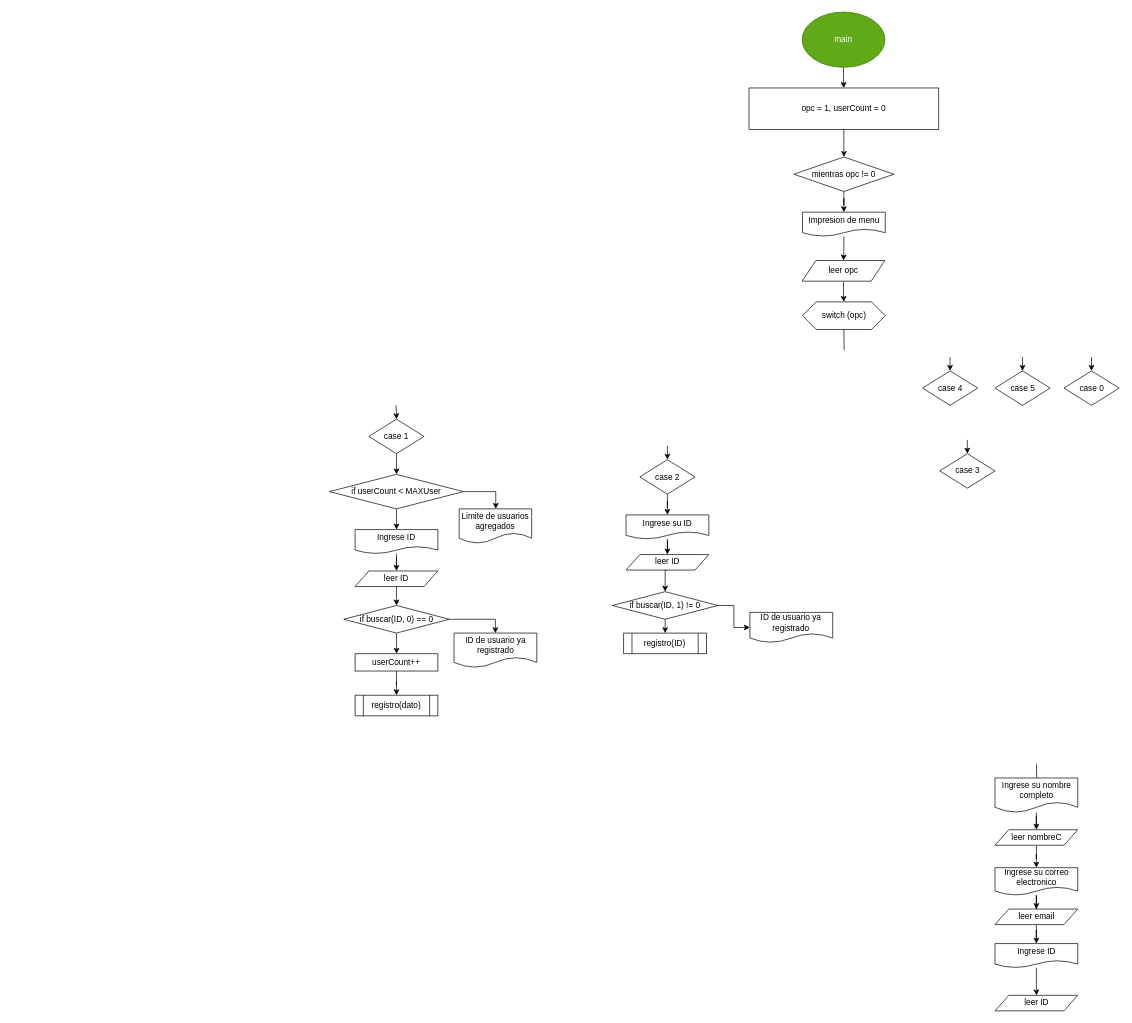
The draw.io diagram prograEstructurada/agendaElectronica/agendaElecronica.drawio in MrChilaquiles/Exercises, before the edit. Source tidied: cells renumbered, new cells numbered last; positions are measured from the earlier drawing's top-left corner, leaving out a move shared by most shapes. Both pictures are drawn from the tidied source at 69%, with x=0, y=0 at pixel (329, 12).
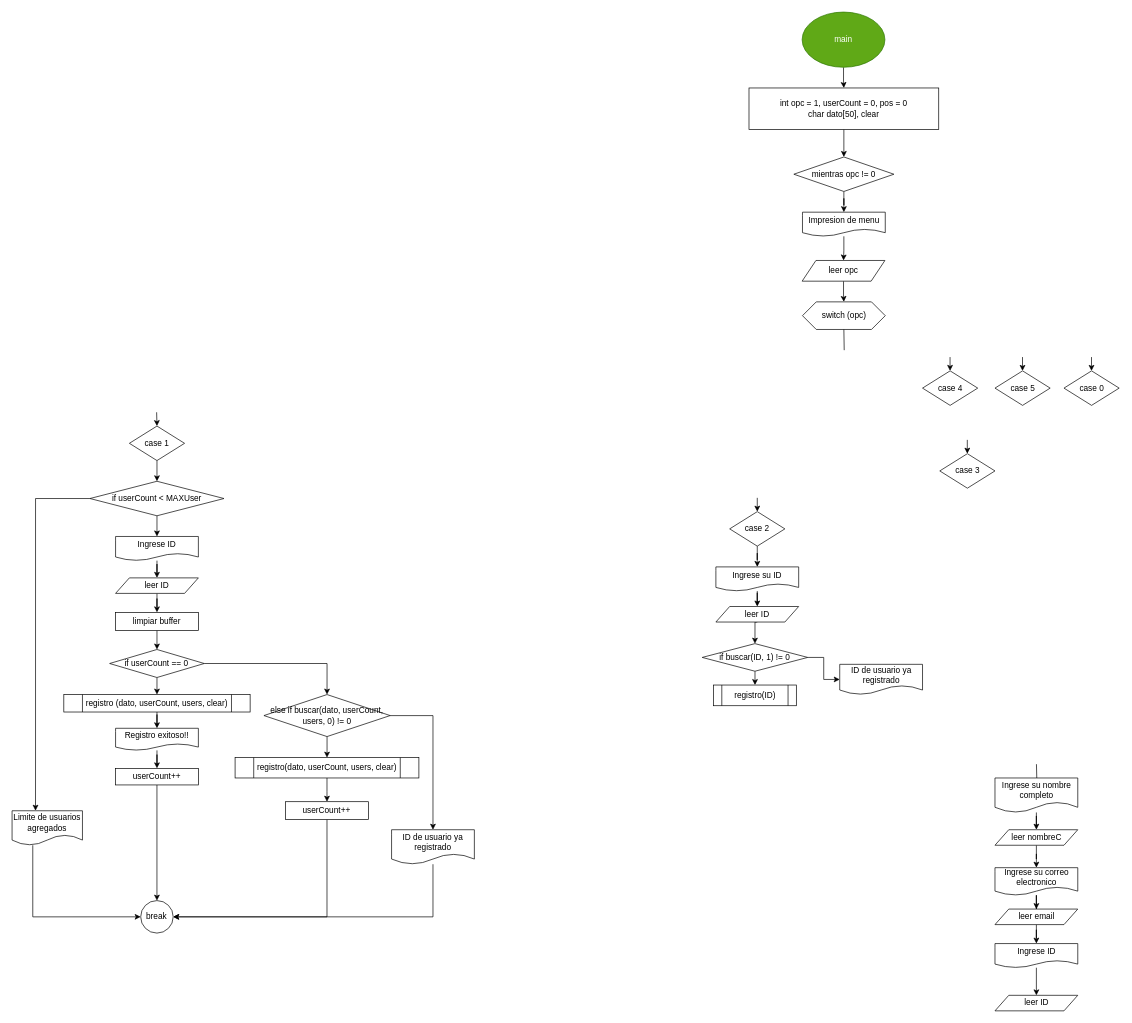
The same page after the edit.

Change to the diagram source:
```diff
@@
-    <mxCell id="5" value="opc = 1, userCount = 0" style="whiteSpace=wrap;html=1;" parent="1" vertex="1">
+    <mxCell id="5" value="int opc = 1, userCount = 0, pos = 0&lt;br&gt;char dato[50], clear" style="whiteSpace=wrap;html=1;" parent="1" vertex="1">
       <mxGeometry x="608" y="110" width="275" height="60" as="geometry" />
     </mxCell>
@@
     <mxCell id="15" value="case 2" style="rhombus;whiteSpace=wrap;html=1;" parent="1" vertex="1">
-      <mxGeometry x="449.8" y="648.7" width="80" height="50" as="geometry" />
+      <mxGeometry x="580" y="724" width="80" height="50" as="geometry" />
     </mxCell>
     <mxCell id="16" style="edgeStyle=orthogonalEdgeStyle;rounded=0;jettySize=auto;html=1;" parent="1" edge="1" source="17">
       <mxGeometry relative="1" as="geometry">
-        <mxPoint x="97.1" y="670" as="targetPoint" />
+        <mxPoint x="-250" y="680" as="targetPoint" />
       </mxGeometry>
     </mxCell>
     <mxCell id="17" value="case 1" style="rhombus;whiteSpace=wrap;html=1;" parent="1" vertex="1">
-      <mxGeometry x="57.1" y="590" width="80" height="50" as="geometry" />
+      <mxGeometry x="-290" y="600" width="80" height="50" as="geometry" />
     </mxCell>
@@
     <mxCell id="21" style="endArrow=classic;html=1;rounded=0;entryX=0.5;entryY=0;entryDx=0;entryDy=0;" parent="1" edge="1" target="17">
       <mxGeometry relative="1" as="geometry">
-        <mxPoint x="96.6" y="570" as="sourcePoint" />
+        <mxPoint x="-250.5" y="580" as="sourcePoint" />
       </mxGeometry>
     </mxCell>
     <mxCell id="22" style="endArrow=classic;html=1;rounded=0;entryX=0.5;entryY=0;entryDx=0;entryDy=0;" parent="1" edge="1" target="15">
       <mxGeometry relative="1" as="geometry">
-        <mxPoint x="489.8" y="628.7" as="sourcePoint" />
+        <mxPoint x="620" y="704" as="sourcePoint" />
       </mxGeometry>
     </mxCell>
@@
-    <mxCell id="28" style="edgeStyle=orthogonalEdgeStyle;rounded=0;jettySize=auto;html=1;" parent="1" edge="1" source="30" target="31">
-      <mxGeometry relative="1" as="geometry">
-        <Array as="points">
-          <mxPoint x="241" y="695" />
-        </Array>
-      </mxGeometry>
-    </mxCell>
@@
     <mxCell id="30" value="if userCount &amp;lt; MAXUser" style="rhombus;whiteSpace=wrap;html=1;" parent="1" vertex="1">
-      <mxGeometry y="670" width="194.2" height="50" as="geometry" />
+      <mxGeometry x="-347.1" y="680" width="194.2" height="50" as="geometry" />
     </mxCell>
+    <mxCell id="64" style="edgeStyle=orthogonalEdgeStyle;rounded=0;jettySize=auto;html=1;entryX=0;entryY=0.5;entryDx=0;entryDy=0;" parent="1" edge="1" source="31" target="68">
+      <mxGeometry relative="1" as="geometry">
+        <Array as="points">
+          <mxPoint x="-430" y="1311" />
+        </Array>
+      </mxGeometry>
+    </mxCell>
     <mxCell id="31" value="Limite de usuarios agregados" style="shape=document;whiteSpace=wrap;html=1;boundedLbl=1;" parent="1" vertex="1">
-      <mxGeometry x="188" y="720" width="105" height="50" as="geometry" />
+      <mxGeometry x="-460" y="1157.5" width="102" height="50" as="geometry" />
     </mxCell>
@@
     <mxCell id="33" value="Ingrese ID" style="shape=document;whiteSpace=wrap;html=1;boundedLbl=1;" parent="1" vertex="1">
-      <mxGeometry x="37.1" y="750" width="120" height="35" as="geometry" />
+      <mxGeometry x="-310" y="760" width="120" height="35" as="geometry" />
     </mxCell>
-    <mxCell id="34" style="edgeStyle=orthogonalEdgeStyle;rounded=0;jettySize=auto;html=1;" parent="1" edge="1" source="35" target="39">
-      <mxGeometry relative="1" as="geometry" />
-    </mxCell>
+    <mxCell id="65" style="edgeStyle=orthogonalEdgeStyle;rounded=0;jettySize=auto;html=1;" parent="1" edge="1" source="35" target="70">
+      <mxGeometry relative="1" as="geometry" />
+    </mxCell>
     <mxCell id="35" value="leer ID" style="shape=parallelogram;perimeter=parallelogramPerimeter;whiteSpace=wrap;html=1;fixedSize=1;" parent="1" vertex="1">
-      <mxGeometry x="37.1" y="810" width="120" height="22.5" as="geometry" />
+      <mxGeometry x="-310" y="820" width="120" height="22.5" as="geometry" />
     </mxCell>
@@
-    <mxCell id="38" style="edgeStyle=orthogonalEdgeStyle;rounded=0;jettySize=auto;html=1;entryX=0.5;entryY=0;entryDx=0;entryDy=0;" parent="1" edge="1" source="39" target="63">
-      <mxGeometry relative="1" as="geometry" />
-    </mxCell>
+    <mxCell id="66" style="edgeStyle=orthogonalEdgeStyle;rounded=0;jettySize=auto;html=1;" parent="1" edge="1" source="39" target="81">
+      <mxGeometry relative="1" as="geometry" />
+    </mxCell>
-    <mxCell id="39" value="if buscar(ID, 0) == 0" style="rhombus;whiteSpace=wrap;html=1;" parent="1" vertex="1">
-      <mxGeometry x="20.7" y="860" width="152.9" height="40" as="geometry" />
+    <mxCell id="39" value="else if buscar(dato, userCount, users, 0) != 0" style="rhombus;whiteSpace=wrap;html=1;" parent="1" vertex="1">
+      <mxGeometry x="-95" y="989.1" width="182.9" height="60.9" as="geometry" />
     </mxCell>
@@
-    <mxCell id="51" value="registro(dato)" style="shape=process;whiteSpace=wrap;html=1;backgroundOutline=1;" parent="1" vertex="1">
-      <mxGeometry x="37.1" y="990" width="120" height="30" as="geometry" />
-    </mxCell>
+    <mxCell id="67" style="edgeStyle=orthogonalEdgeStyle;rounded=0;jettySize=auto;html=1;entryX=1;entryY=0.5;entryDx=0;entryDy=0;" parent="1" edge="1" source="52" target="68">
+      <mxGeometry relative="1" as="geometry">
+        <Array as="points">
+          <mxPoint x="150" y="1311" />
+        </Array>
+      </mxGeometry>
+    </mxCell>
     <mxCell id="52" value="ID de usuario ya registrado" style="shape=document;whiteSpace=wrap;html=1;boundedLbl=1;" parent="1" vertex="1">
-      <mxGeometry x="180.5" y="900" width="120" height="50" as="geometry" />
+      <mxGeometry x="90" y="1185" width="120" height="50" as="geometry" />
     </mxCell>
@@
     <mxCell id="54" value="Ingrese su ID" style="shape=document;whiteSpace=wrap;html=1;boundedLbl=1;" parent="1" vertex="1">
-      <mxGeometry x="429.8" y="728.7" width="120" height="35" as="geometry" />
+      <mxGeometry x="560" y="804.1" width="120" height="35" as="geometry" />
     </mxCell>
@@
     <mxCell id="56" value="leer ID" style="shape=parallelogram;perimeter=parallelogramPerimeter;whiteSpace=wrap;html=1;fixedSize=1;" parent="1" vertex="1">
-      <mxGeometry x="429.8" y="786.2" width="120" height="22.5" as="geometry" />
+      <mxGeometry x="560" y="861.5" width="120" height="22.5" as="geometry" />
     </mxCell>
@@
     <mxCell id="59" value="if buscar(ID, 1) != 0" style="rhombus;whiteSpace=wrap;html=1;" parent="1" vertex="1">
-      <mxGeometry x="410" y="840" width="152.9" height="40" as="geometry" />
+      <mxGeometry x="540.2" y="915.3" width="152.9" height="40" as="geometry" />
     </mxCell>
     <mxCell id="60" value="registro(ID)" style="shape=process;whiteSpace=wrap;html=1;backgroundOutline=1;" parent="1" vertex="1">
-      <mxGeometry x="426.4" y="900" width="120" height="30" as="geometry" />
+      <mxGeometry x="556.6" y="975.3" width="120" height="30" as="geometry" />
     </mxCell>
     <mxCell id="61" value="ID de usuario ya registrado" style="shape=document;whiteSpace=wrap;html=1;boundedLbl=1;" parent="1" vertex="1">
-      <mxGeometry x="609.3" y="870" width="120" height="43.8" as="geometry" />
+      <mxGeometry x="739.5" y="945.3" width="120" height="43.8" as="geometry" />
     </mxCell>
-    <mxCell id="62" style="edgeStyle=orthogonalEdgeStyle;rounded=0;jettySize=auto;html=1;" parent="1" edge="1" source="63" target="51">
-      <mxGeometry relative="1" as="geometry" />
-    </mxCell>
-    <mxCell id="63" value="userCount++" style="whiteSpace=wrap;html=1;" parent="1" vertex="1">
-      <mxGeometry x="37.1" y="930" width="120" height="25" as="geometry" />
-    </mxCell>
+    <mxCell id="68" value="break" style="ellipse;whiteSpace=wrap;html=1;" parent="1" vertex="1">
+      <mxGeometry x="-273.6" y="1287.7" width="47.1" height="47.1" as="geometry" />
+    </mxCell>
+    <mxCell id="69" style="edgeStyle=orthogonalEdgeStyle;rounded=0;jettySize=auto;html=1;" parent="1" edge="1" source="70" target="73">
+      <mxGeometry relative="1" as="geometry" />
+    </mxCell>
+    <mxCell id="70" value="limpiar buffer" style="whiteSpace=wrap;html=1;" parent="1" vertex="1">
+      <mxGeometry x="-310" y="870" width="120" height="26.2" as="geometry" />
+    </mxCell>
+    <mxCell id="71" style="edgeStyle=orthogonalEdgeStyle;rounded=0;jettySize=auto;html=1;" parent="1" edge="1" source="73" target="75">
+      <mxGeometry relative="1" as="geometry" />
+    </mxCell>
+    <mxCell id="72" style="edgeStyle=orthogonalEdgeStyle;rounded=0;jettySize=auto;html=1;entryX=0.5;entryY=0;entryDx=0;entryDy=0;" parent="1" edge="1" source="73" target="39">
+      <mxGeometry relative="1" as="geometry" />
+    </mxCell>
+    <mxCell id="73" value="if userCount == 0" style="rhombus;whiteSpace=wrap;html=1;" parent="1" vertex="1">
+      <mxGeometry x="-318.6" y="923.8" width="137.1" height="40.6" as="geometry" />
+    </mxCell>
+    <mxCell id="74" style="edgeStyle=orthogonalEdgeStyle;rounded=0;jettySize=auto;html=1;" parent="1" edge="1" source="75" target="77">
+      <mxGeometry relative="1" as="geometry" />
+    </mxCell>
+    <mxCell id="75" value="registro (dato, userCount, users, clear)" style="shape=process;whiteSpace=wrap;html=1;backgroundOutline=1;" parent="1" vertex="1">
+      <mxGeometry x="-385" y="989.1" width="270" height="25.3" as="geometry" />
+    </mxCell>
+    <mxCell id="76" style="edgeStyle=orthogonalEdgeStyle;rounded=0;jettySize=auto;html=1;" parent="1" edge="1" source="77" target="79">
+      <mxGeometry relative="1" as="geometry" />
+    </mxCell>
+    <mxCell id="77" value="Registro exitoso!!" style="shape=document;whiteSpace=wrap;html=1;boundedLbl=1;" parent="1" vertex="1">
+      <mxGeometry x="-310" y="1038" width="120" height="32" as="geometry" />
+    </mxCell>
+    <mxCell id="78" style="edgeStyle=orthogonalEdgeStyle;rounded=0;jettySize=auto;html=1;entryX=0.5;entryY=0;entryDx=0;entryDy=0;" parent="1" edge="1" source="79" target="68">
+      <mxGeometry relative="1" as="geometry" />
+    </mxCell>
+    <mxCell id="79" value="userCount++" style="whiteSpace=wrap;html=1;" parent="1" vertex="1">
+      <mxGeometry x="-310" y="1096.1" width="120" height="24" as="geometry" />
+    </mxCell>
+    <mxCell id="80" style="edgeStyle=orthogonalEdgeStyle;rounded=0;jettySize=auto;html=1;" parent="1" edge="1" source="81" target="83">
+      <mxGeometry relative="1" as="geometry" />
+    </mxCell>
+    <mxCell id="81" value="registro(dato, userCount, users, clear)" style="shape=process;whiteSpace=wrap;html=1;backgroundOutline=1;" parent="1" vertex="1">
+      <mxGeometry x="-136.8" y="1080.5" width="266.4" height="29.5" as="geometry" />
+    </mxCell>
+    <mxCell id="82" style="edgeStyle=orthogonalEdgeStyle;rounded=0;jettySize=auto;html=1;entryX=1;entryY=0.5;entryDx=0;entryDy=0;" parent="1" edge="1" source="83" target="68">
+      <mxGeometry relative="1" as="geometry">
+        <Array as="points">
+          <mxPoint x="-4" y="1311" />
+        </Array>
+      </mxGeometry>
+    </mxCell>
+    <mxCell id="83" value="userCount++" style="whiteSpace=wrap;html=1;" parent="1" vertex="1">
+      <mxGeometry x="-63.6" y="1144.4" width="120" height="25.7" as="geometry" />
+    </mxCell>
+    <mxCell id="28" style="edgeStyle=orthogonalEdgeStyle;rounded=0;jettySize=auto;html=1;entryX=0.333;entryY=-0.001;entryDx=0;entryDy=0;entryPerimeter=0;" parent="1" edge="1" source="30" target="31">
+      <mxGeometry relative="1" as="geometry" />
+    </mxCell>
```
